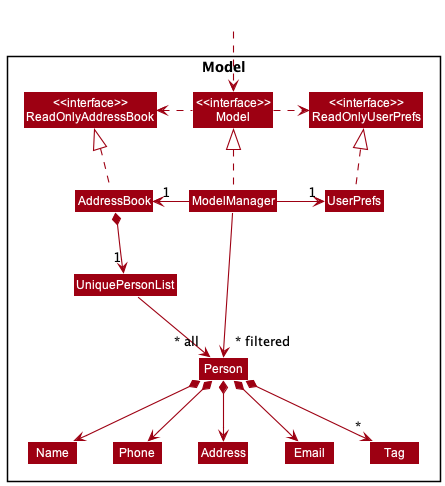
This is docs/images/ModelClassDiagram.png from nus-cs2103-AY2223S1/tp, a PlantUML export, as it was before one commit.
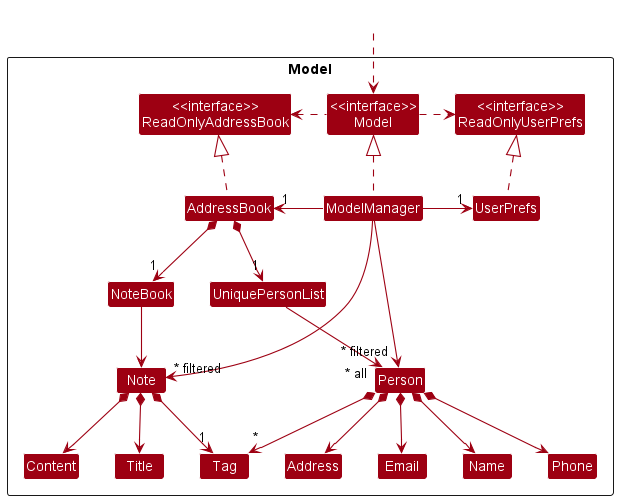
Later version of the same file.

Commit message:
Updated model plantuml diagram and dg

The edit, as a diff of the source:
```diff
@@ -19,6 +19,10 @@
 Class Name
 Class Phone
 Class Tag
+Class NoteBook
+Class Note
+Class Content
+Class Title
 
 }
 
@@ -35,7 +39,12 @@
 UserPrefs .up.|> ReadOnlyUserPrefs
 
 AddressBook *--> "1" UniquePersonList
+AddressBook *--> "1" NoteBook
 UniquePersonList --> "~* all" Person
+NoteBook --> Note
+Note *--> Content
+Note *-->  Title
+Note *--> "1" Tag
 Person *--> Name
 Person *--> Phone
 Person *--> Email
@@ -45,6 +54,8 @@
 Name -[hidden]right-> Phone
 Phone -[hidden]right-> Address
 Address -[hidden]right-> Email
+NoteBook -[hidden]right-> UniquePersonList
 
 ModelManager -->"~* filtered" Person
+ModelManager -->"~* filtered" Note
 @enduml
```
